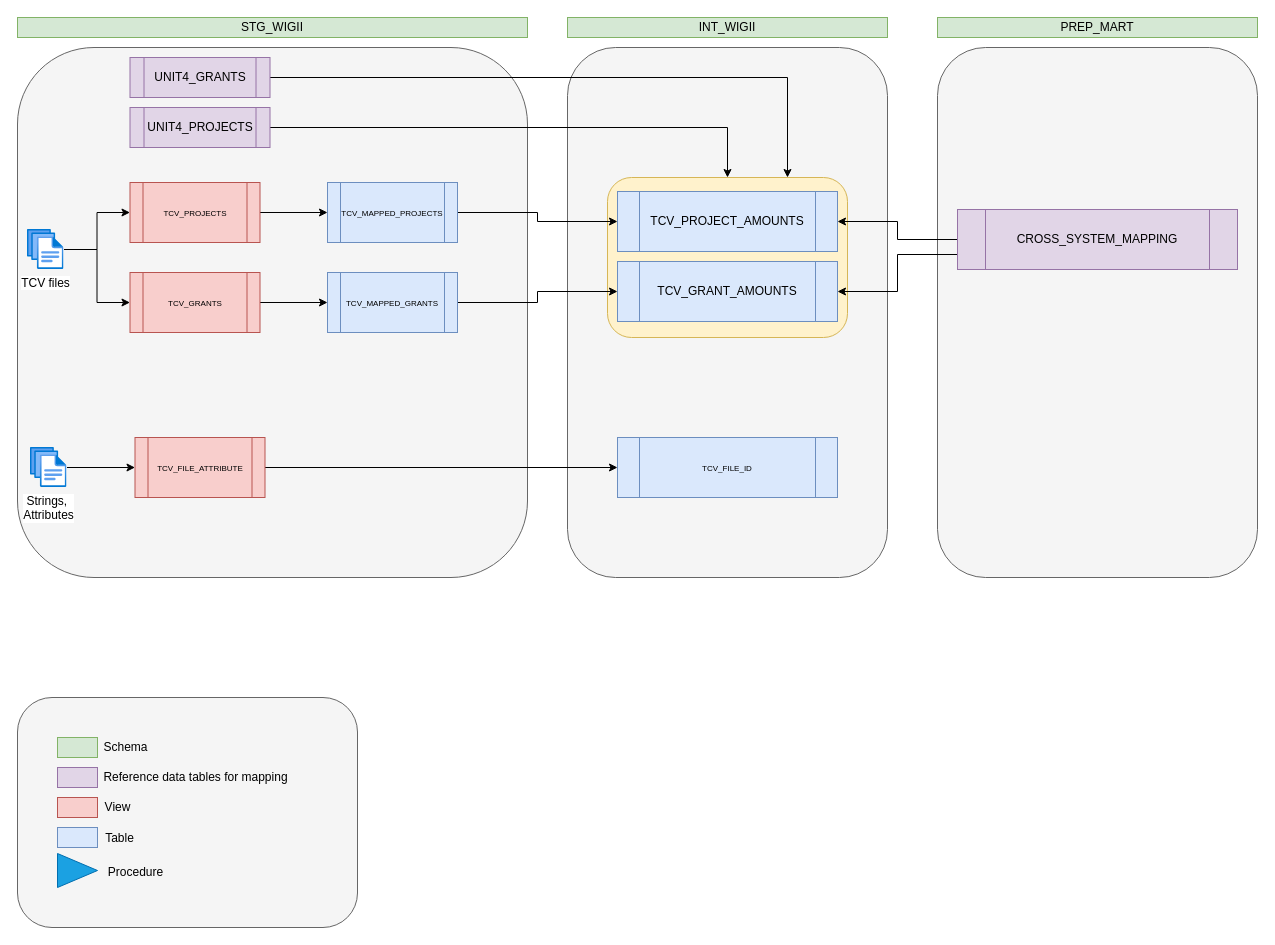
The draw.io diagram Wigii TCVs data flow.drawio in Medair/drawio, before the edit. Source tidied: cells renumbered, new cells numbered last; positions are measured from the earlier drawing's top-left corner, leaving out a move shared by most shapes. Both pictures are drawn from the tidied source at 100%, with x=0, y=0 at pixel (17, 17).
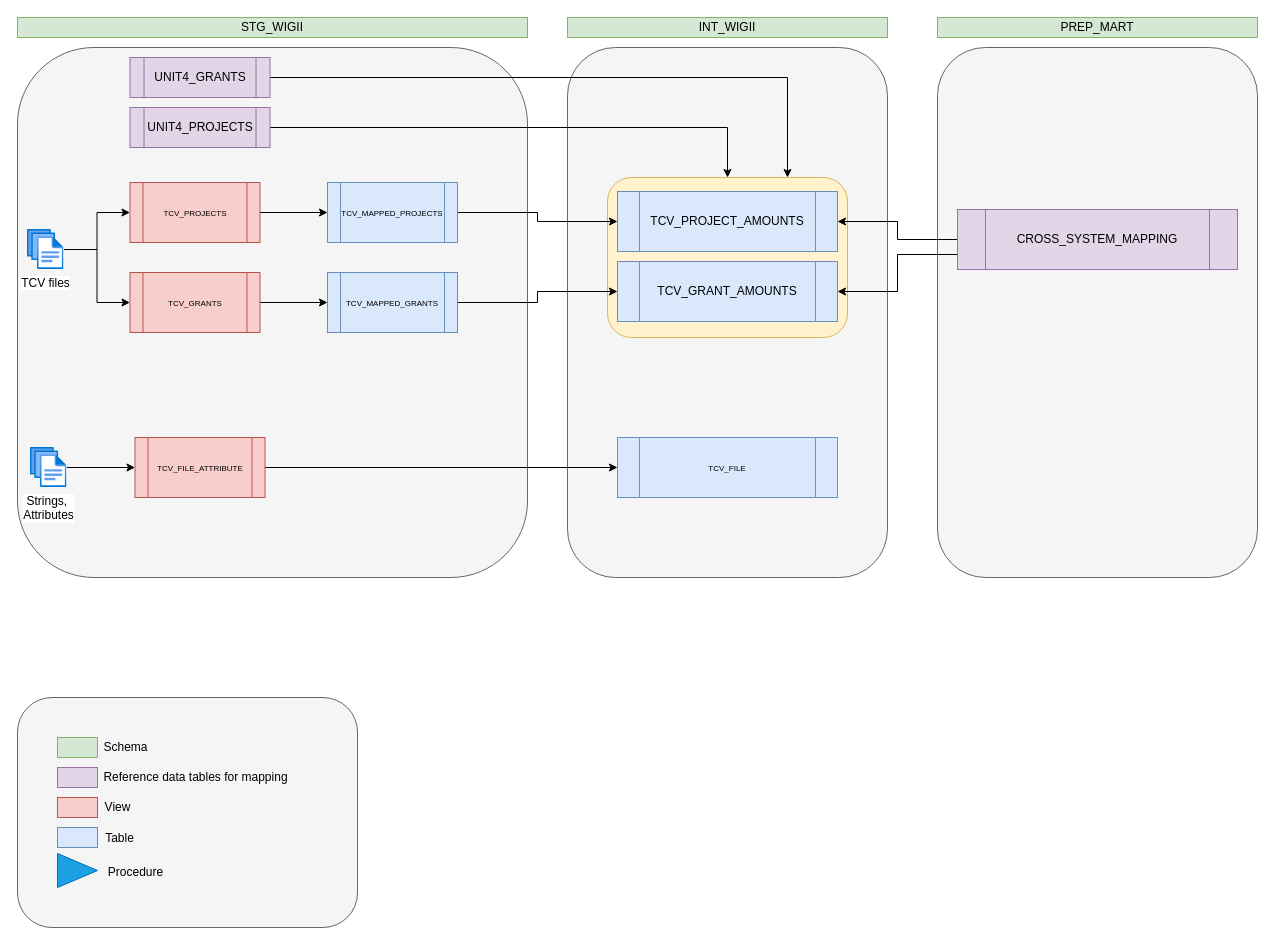
The same page after the edit.

The edit, as a diff of the source:
```diff
@@
-    <mxCell id="45" value="&lt;font style=&quot;font-size: 8px;&quot;&gt;TCV_FILE_ID&lt;/font&gt;" style="shape=process;whiteSpace=wrap;html=1;backgroundOutline=1;fillColor=#dae8fc;strokeColor=#6c8ebf;" parent="1" vertex="1">
+    <mxCell id="45" value="&lt;font style=&quot;font-size: 8px;&quot;&gt;TCV_FILE&lt;/font&gt;" style="shape=process;whiteSpace=wrap;html=1;backgroundOutline=1;fillColor=#dae8fc;strokeColor=#6c8ebf;" parent="1" vertex="1">
       <mxGeometry x="600" y="420" width="220" height="60" as="geometry" />
     </mxCell>
```
